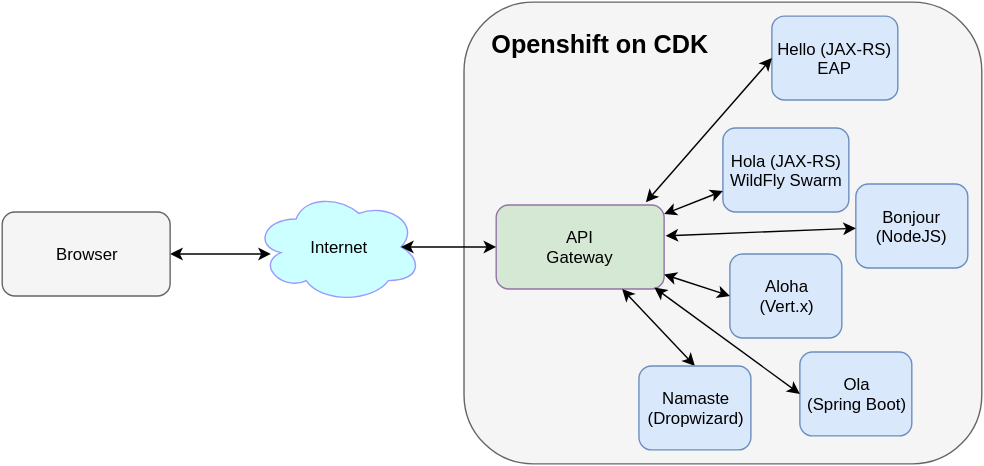
redhat-helloworld-msa/frontend keeps this draw.io diagram as images/api-gateway.svg. Above is the earlier version. Source tidied: cells renumbered, new cells last; positions are measured from the earlier drawing's top-left corner, leaving out a move shared by most shapes.
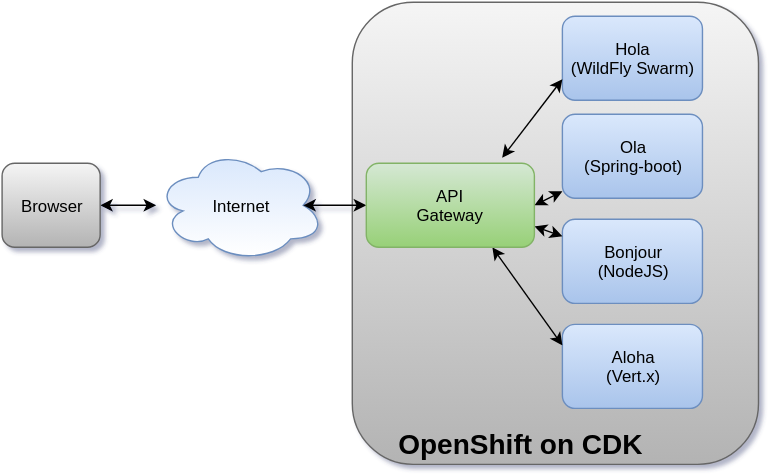
The same diagram one commit later.

Commit message:
Removed Hello and Namaste

Change to the diagram source:
```diff
@@ -2,62 +2,52 @@
   <root>
     <mxCell id="0" />
     <mxCell id="1" parent="0" />
-    <mxCell id="2" style="edgeStyle=none;rounded=0;html=1;entryX=0.1;entryY=0.563;entryPerimeter=0;startArrow=classic;startFill=1;jettySize=auto;" parent="1" edge="1" source="3" target="4">
-      <mxGeometry x="150" y="600" as="geometry" />
+    <mxCell id="2" style="edgeStyle=none;rounded=0;html=1;exitX=1;exitY=0.5;startArrow=classic;startFill=1;jettySize=auto;" parent="1" edge="1" source="3">
+      <mxGeometry x="650" y="825" as="geometry">
+        <mxPoint x="630" y="405" as="targetPoint" />
+      </mxGeometry>
     </mxCell>
-    <mxCell id="3" value="Browser" style="rounded=1;whiteSpace=wrap;html=1;plain-gray;gradientColor=none;" parent="1" vertex="1">
-      <mxGeometry y="150" width="120" height="60" as="geometry" />
+    <mxCell id="3" value="Browser" style="rounded=1;whiteSpace=wrap;html=1;plain-gray;" parent="1" vertex="1">
+      <mxGeometry x="520" y="375" width="70" height="60" as="geometry" />
     </mxCell>
-    <mxCell id="4" value="Internet" style="ellipse;shape=cloud;whiteSpace=wrap;html=1;plain-yellow;gradientColor=none;fillColor=#CCFFFF;strokeColor=#9999FF;" parent="1" vertex="1">
-      <mxGeometry x="180" y="135" width="120" height="80" as="geometry" />
+    <mxCell id="4" value="Internet" style="ellipse;shape=cloud;whiteSpace=wrap;html=1;plain-blue;gradientColor=#FFFFFF;" parent="1" vertex="1">
+      <mxGeometry x="630" y="365" width="120" height="80" as="geometry" />
     </mxCell>
-    <mxCell id="5" style="rounded=1;whiteSpace=wrap;html=1;plain-gray;gradientColor=none;" parent="1" vertex="1">
-      <mxGeometry x="330" width="370" height="330" as="geometry" />
+    <mxCell id="5" style="rounded=1;whiteSpace=wrap;html=1;plain-gray;" parent="1" vertex="1">
+      <mxGeometry x="770" y="260" width="290" height="330" as="geometry" />
     </mxCell>
-    <mxCell id="6" value="Bonjour (NodeJS)" style="rounded=1;whiteSpace=wrap;html=1;plain-blue;gradientColor=none;" parent="1" vertex="1">
-      <mxGeometry x="610" y="130" width="80" height="60" as="geometry" />
+    <mxCell id="6" value="Ola&lt;div&gt;(Spring-boot)&lt;/div&gt;" style="rounded=1;whiteSpace=wrap;html=1;plain-blue;gradientColor=#A9C4EB;" parent="1" vertex="1">
+      <mxGeometry x="920" y="340" width="100" height="60" as="geometry" />
     </mxCell>
-    <mxCell id="7" value="Hola (JAX-RS)&lt;div&gt;WildFly Swarm&lt;/div&gt;" style="rounded=1;whiteSpace=wrap;html=1;plain-blue;gradientColor=none;" parent="1" vertex="1">
-      <mxGeometry x="515" y="90" width="90" height="60" as="geometry" />
+    <mxCell id="7" value="Hola&lt;div&gt;(WildFly Swarm)&lt;/div&gt;" style="rounded=1;whiteSpace=wrap;html=1;plain-blue;gradientColor=#A9C4EB;" parent="1" vertex="1">
+      <mxGeometry x="920" y="270" width="100" height="60" as="geometry" />
     </mxCell>
-    <mxCell id="8" value="Hello (JAX-RS)&lt;div&gt;EAP&lt;/div&gt;" style="rounded=1;whiteSpace=wrap;html=1;plain-blue;gradientColor=none;" parent="1" vertex="1">
-      <mxGeometry x="550" y="10" width="90" height="60" as="geometry" />
+    <mxCell id="8" value="Aloha&lt;div&gt;(Vert.x)&lt;/div&gt;" style="rounded=1;whiteSpace=wrap;html=1;plain-blue;gradientColor=#A9C4EB;" parent="1" vertex="1">
+      <mxGeometry x="920" y="490" width="100" height="60" as="geometry" />
     </mxCell>
-    <mxCell id="9" value="Aloha&lt;div&gt;(Vert.x)&lt;/div&gt;" style="rounded=1;whiteSpace=wrap;html=1;plain-blue;gradientColor=none;" parent="1" vertex="1">
-      <mxGeometry x="520" y="180" width="80" height="60" as="geometry" />
+    <mxCell id="9" value="Bonjour&lt;div&gt;(NodeJS)&lt;/div&gt;" style="rounded=1;whiteSpace=wrap;html=1;plain-blue;gradientColor=#A9C4EB;" parent="1" vertex="1">
+      <mxGeometry x="920" y="415" width="100" height="60" as="geometry" />
     </mxCell>
-    <mxCell id="10" value="Ola&lt;div&gt;(Spring Boot)&lt;/div&gt;" style="rounded=1;whiteSpace=wrap;html=1;plain-blue;gradientColor=none;" parent="1" vertex="1">
-      <mxGeometry x="570" y="250" width="80" height="60" as="geometry" />
+    <mxCell id="10" value="&lt;div style=&quot;text-align: left&quot;&gt;&lt;span style=&quot;font-size: 20px ; line-height: 1.2&quot;&gt;&lt;b&gt;OpenShift on CDK&lt;/b&gt;&lt;/span&gt;&lt;/div&gt;" style="text;html=1;strokeColor=none;fillColor=none;align=center;verticalAlign=middle;whiteSpace=wrap;overflow=hidden;" parent="1" vertex="1">
+      <mxGeometry x="800" y="560" width="180" height="30" as="geometry" />
     </mxCell>
-    <mxCell id="11" value="&lt;b&gt;&lt;font style=&quot;font-size: 18px&quot;&gt;Openshift on CDK&lt;/font&gt;&lt;/b&gt;" style="text;html=1;align=left;verticalAlign=top;spacingTop=-4;" parent="1" vertex="1">
-      <mxGeometry x="350" y="20" width="170" height="20" as="geometry" />
+    <mxCell id="11" style="edgeStyle=none;rounded=0;html=1;exitX=0.808;exitY=-0.067;entryX=0;entryY=0.75;startArrow=classic;startFill=1;jettySize=auto;exitPerimeter=0;" parent="1" edge="1" source="16" target="7">
+      <mxGeometry x="937" y="735" as="geometry" />
     </mxCell>
-    <mxCell id="12" value="API&lt;div&gt;Gateway&lt;/div&gt;" style="rounded=1;whiteSpace=wrap;html=1;plain-purple;gradientColor=none;fillColor=#D5E8D4;" parent="1" vertex="1">
-      <mxGeometry x="353" y="145" width="120" height="60" as="geometry" />
+    <mxCell id="12" style="edgeStyle=none;rounded=0;html=1;exitX=1;exitY=0.5;startArrow=classic;startFill=1;jettySize=auto;" parent="1" edge="1" source="16" target="6">
+      <mxGeometry x="960" y="815" as="geometry" />
     </mxCell>
-    <mxCell id="13" style="edgeStyle=none;rounded=0;html=1;exitX=1.008;exitY=0.367;startArrow=classic;startFill=1;jettySize=auto;exitPerimeter=0;" parent="1" edge="1" source="12" target="6">
-      <mxGeometry x="534" y="581.6" as="geometry" />
+    <mxCell id="13" style="edgeStyle=none;rounded=0;html=1;exitX=1;exitY=0.75;startArrow=classic;startFill=1;jettySize=auto;" parent="1" edge="1" source="16" target="9">
+      <mxGeometry x="960" y="840" as="geometry" />
     </mxCell>
-    <mxCell id="14" style="edgeStyle=none;rounded=0;html=1;exitX=0;exitY=0.75;startArrow=classic;startFill=1;jettySize=auto;" parent="1" edge="1" source="7" target="12">
-      <mxGeometry x="533" y="555" as="geometry" />
+    <mxCell id="14" style="edgeStyle=none;rounded=0;html=1;exitX=0.75;exitY=1;entryX=0;entryY=0.25;startArrow=classic;startFill=1;jettySize=auto;" parent="1" edge="1" source="16" target="8">
+      <mxGeometry x="930" y="855" as="geometry" />
     </mxCell>
-    <mxCell id="15" style="edgeStyle=none;rounded=0;html=1;exitX=0.892;exitY=-0.033;entryX=0;entryY=0.5;startArrow=classic;startFill=1;jettySize=auto;exitPerimeter=0;" parent="1" edge="1" source="12" target="8">
-      <mxGeometry x="520" y="460" as="geometry" />
+    <mxCell id="15" style="edgeStyle=none;rounded=0;html=1;exitX=0;exitY=0.5;startArrow=classic;startFill=1;jettySize=auto;entryX=0.875;entryY=0.5;entryPerimeter=0;" parent="1" edge="1" source="16" target="4">
+      <mxGeometry x="795" y="825" as="geometry" />
     </mxCell>
-    <mxCell id="16" style="edgeStyle=none;rounded=0;html=1;exitX=0;exitY=0.5;startArrow=classic;startFill=1;jettySize=auto;" parent="1" edge="1" source="9" target="12">
-      <mxGeometry x="533" y="614.6" as="geometry" />
+    <mxCell id="16" value="API&lt;div&gt;Gateway&lt;/div&gt;" style="rounded=1;whiteSpace=wrap;html=1;plain-green;" parent="1" vertex="1">
+      <mxGeometry x="780" y="375" width="120" height="60" as="geometry" />
     </mxCell>
-    <mxCell id="17" style="edgeStyle=none;rounded=0;html=1;exitX=0;exitY=0.5;entryX=0.942;entryY=0.983;startArrow=classic;startFill=1;jettySize=auto;entryPerimeter=0;" parent="1" edge="1" source="10" target="12">
-      <mxGeometry x="526" y="624" as="geometry" />
-    </mxCell>
-    <mxCell id="18" style="edgeStyle=none;rounded=0;html=1;startArrow=classic;startFill=1;jettySize=auto;exitX=0.875;exitY=0.5;exitPerimeter=0;" parent="1" edge="1" source="4" target="12">
-      <mxGeometry x="345" y="595" as="geometry" />
-    </mxCell>
-    <mxCell id="19" style="edgeStyle=none;rounded=0;html=1;exitX=0.5;exitY=0;entryX=0.75;entryY=1;startArrow=classic;startFill=1;jettySize=auto;" parent="1" edge="1" source="20" target="12">
-      <mxGeometry x="503" y="625" as="geometry" />
-    </mxCell>
-    <mxCell id="20" value="Namaste&lt;div&gt;(Dropwizard)&lt;/div&gt;" style="rounded=1;whiteSpace=wrap;html=1;plain-blue;gradientColor=none;" parent="1" vertex="1">
-      <mxGeometry x="455" y="260" width="80" height="60" as="geometry" />
-    </mxCell>
   </root>
 </mxGraphModel>
```
